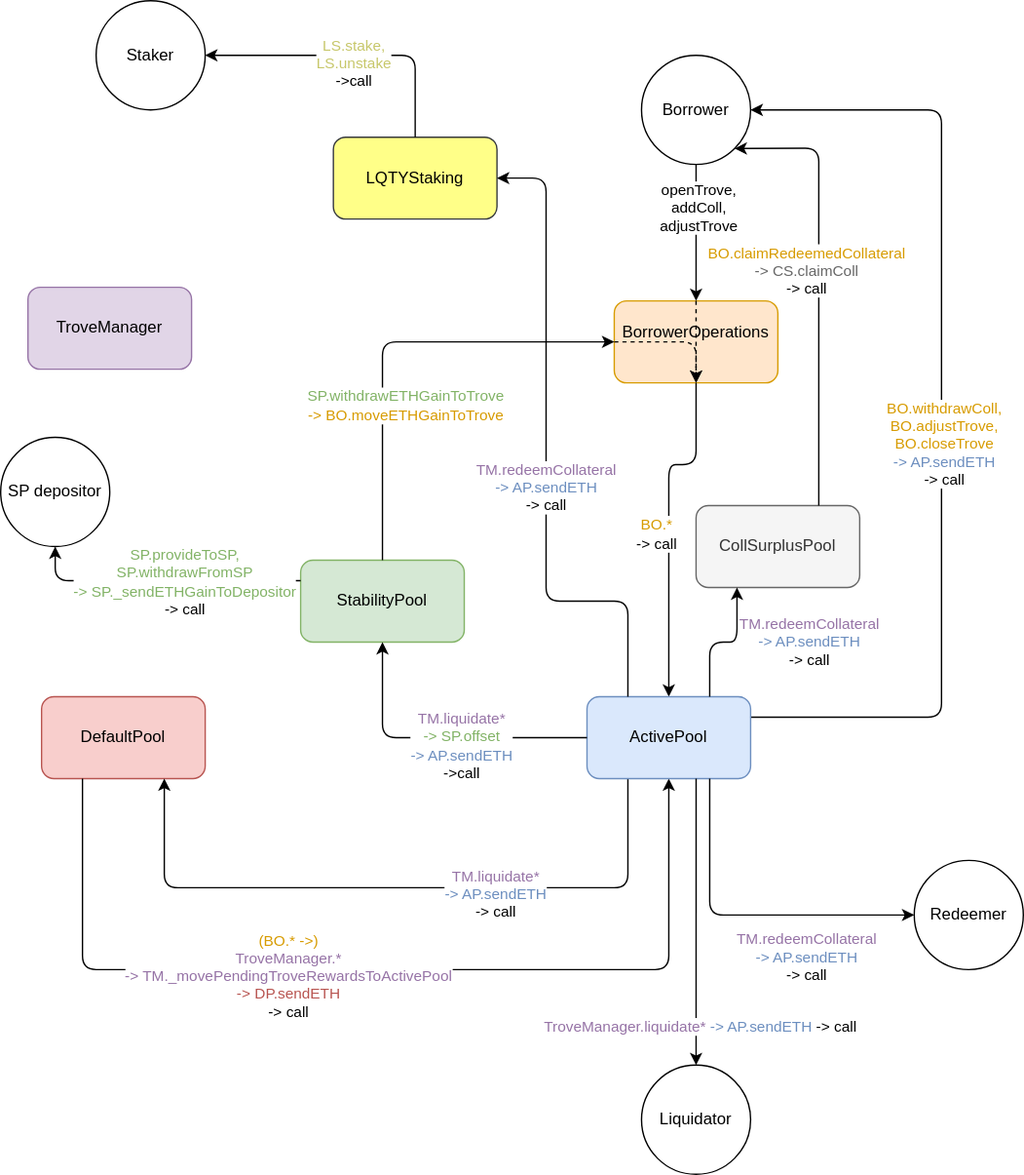
liquity/dev keeps this draw.io diagram as images/ETH_flows.svg. Above is the earlier version. Source tidied: cells renumbered, new cells last; positions are measured from the earlier drawing's top-left corner, leaving out a move shared by most shapes.
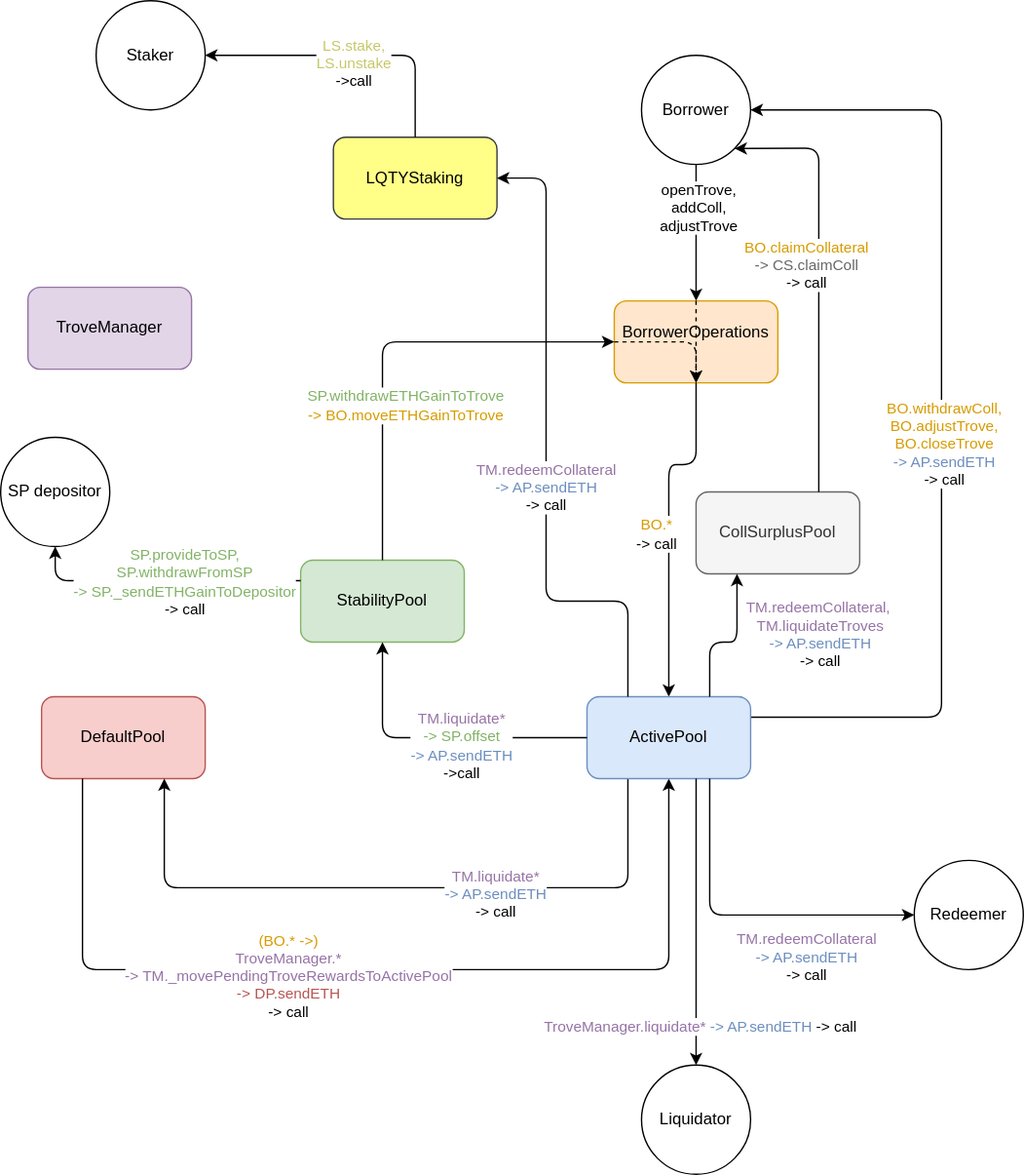
The same diagram one commit later.

Diff of the diagram source:
```diff
@@ -142,7 +142,7 @@
       <mxGeometry x="0.72" y="2" relative="1" as="geometry" />
     </mxCell>
     <mxCell id="31" value="CollSurplusPool" style="rounded=1;whiteSpace=wrap;html=1;fillColor=#f5f5f5;strokeColor=#666666;fontColor=#333333;" parent="1" vertex="1">
-      <mxGeometry x="510" y="370" width="120" height="60" as="geometry" />
+      <mxGeometry x="510" y="360" width="120" height="60" as="geometry" />
     </mxCell>
     <mxCell id="32" style="endArrow=classic;html=1;exitX=0.75;exitY=0;exitDx=0;exitDy=0;entryX=1;entryY=1;entryDx=0;entryDy=0;" parent="1" edge="1" source="31" target="10">
       <mxGeometry relative="1" as="geometry">
@@ -151,7 +151,7 @@
         </Array>
       </mxGeometry>
     </mxCell>
-    <mxCell id="33" value="&lt;font color=&quot;#D79B00&quot;&gt;BO.claimRedeemedCollateral&lt;/font&gt;&lt;br&gt;&lt;font color=&quot;#666666&quot;&gt;-&amp;gt; CS.claimColl&lt;/font&gt;&lt;br&gt;-&amp;gt; call" style="edgeLabel;html=1;align=center;verticalAlign=middle;" parent="32" vertex="1">
+    <mxCell id="33" value="&lt;font color=&quot;#D79B00&quot;&gt;BO.claimCollateral&lt;/font&gt;&lt;br&gt;&lt;font color=&quot;#666666&quot;&gt;-&amp;gt; CS.claimColl&lt;/font&gt;&lt;br&gt;-&amp;gt; call" style="edgeLabel;html=1;align=center;verticalAlign=middle;" parent="32" vertex="1">
       <mxGeometry x="0.22" y="-4" relative="1" as="geometry">
         <mxPoint x="-14" y="25" as="offset" />
       </mxGeometry>
@@ -164,9 +164,9 @@
         </Array>
       </mxGeometry>
     </mxCell>
-    <mxCell id="35" value="&lt;div&gt;&lt;font color=&quot;#9673A6&quot;&gt;TM.redeemCollateral&lt;/font&gt;&lt;/div&gt;&lt;div&gt;&lt;font color=&quot;#6C8EBF&quot;&gt;-&amp;gt; AP.sendETH&lt;/font&gt;&lt;/div&gt;&lt;div&gt;-&amp;gt; call&lt;br&gt;&lt;/div&gt;" style="edgeLabel;html=1;align=center;verticalAlign=middle;" parent="34" vertex="1">
+    <mxCell id="35" value="&lt;div&gt;&lt;font color=&quot;#9673A6&quot;&gt;TM.redeemCollateral,&amp;nbsp;&lt;br&gt;&lt;/font&gt;&lt;span style=&quot;color: rgb(150 , 115 , 166)&quot;&gt;TM.liquidateTroves&lt;/span&gt;&lt;/div&gt;&lt;div&gt;&lt;div&gt;&lt;font color=&quot;#6C8EBF&quot;&gt;-&amp;gt; AP.sendETH&lt;/font&gt;&lt;/div&gt;&lt;div&gt;-&amp;gt; call&lt;br&gt;&lt;/div&gt;&lt;/div&gt;&lt;div&gt;&lt;div&gt;&lt;br&gt;&lt;/div&gt;&lt;/div&gt;" style="edgeLabel;html=1;align=center;verticalAlign=middle;" parent="34" vertex="1">
       <mxGeometry x="0.4" y="3" relative="1" as="geometry">
-        <mxPoint x="55" y="9" as="offset" />
+        <mxPoint x="63" y="17" as="offset" />
       </mxGeometry>
     </mxCell>
     <mxCell id="36" style="endArrow=classic;html=1;exitX=0.5;exitY=0;exitDx=0;exitDy=0;dashed=1;" parent="1" edge="1" source="5">
```
